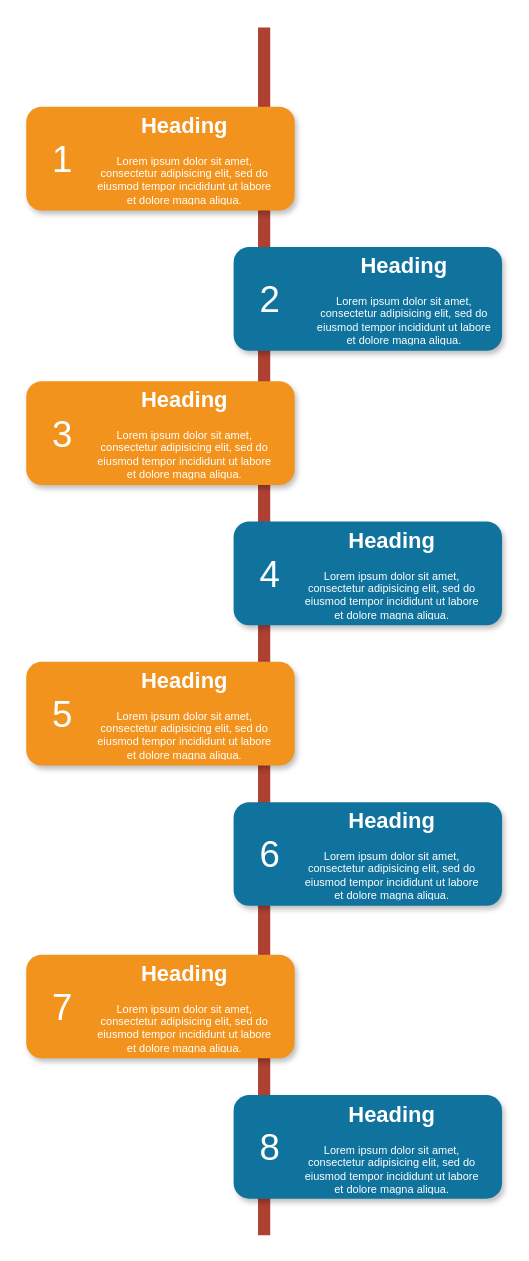
Before: Untitled Diagram.drawio in javayulong/FrontEnd-examples, a draw.io diagram. Source tidied: cells renumbered, new cells numbered last; positions are measured from the earlier drawing's top-left corner, leaving out a move shared by most shapes. Both pictures are drawn from the tidied source at 122%, with x=0, y=0 at pixel (26, 27).
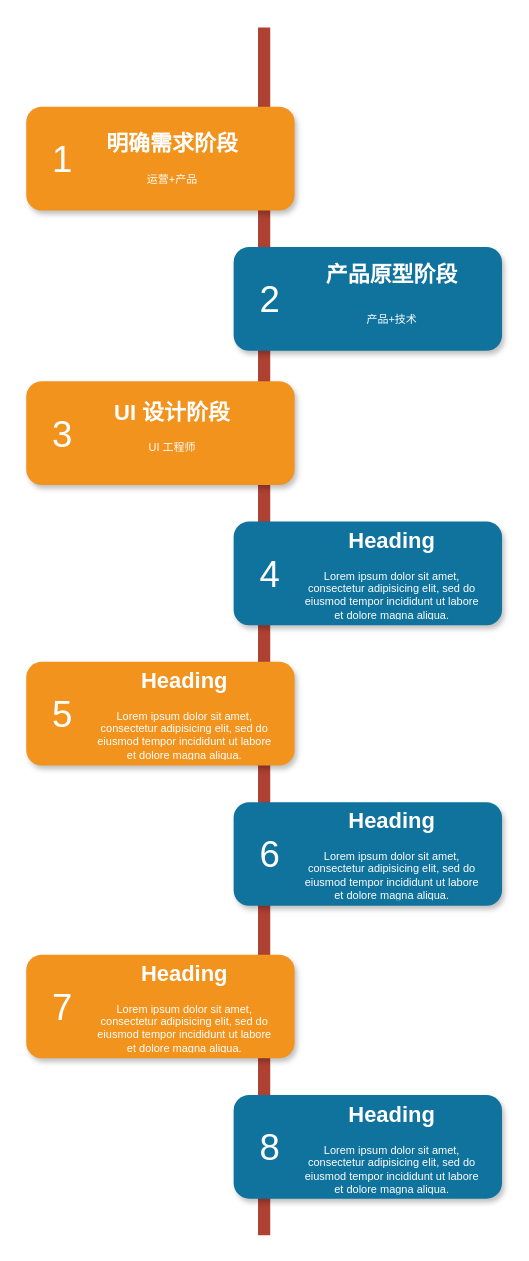
Above is the later version.

The edit, as a diff of the source:
```diff
@@
-    <mxCell id="19" value="&lt;h1&gt;Heading&lt;/h1&gt;&lt;p&gt;Lorem ipsum dolor sit amet, consectetur adipisicing elit, sed do eiusmod tempor incididunt ut labore et dolore magna aliqua.&lt;/p&gt;" style="text;html=1;spacing=5;spacingTop=-20;whiteSpace=wrap;overflow=hidden;strokeColor=none;strokeWidth=4;fillColor=none;gradientColor=#007FFF;fontSize=9;fontColor=#FFFFFF;align=center;" parent="1" vertex="1">
-      <mxGeometry x="50" y="69" width="160" height="77" as="geometry" />
+    <mxCell id="19" value="&lt;h1&gt;明确需求阶段&lt;/h1&gt;&lt;div&gt;运营+产品&lt;/div&gt;" style="text;html=1;spacing=5;spacingTop=-20;whiteSpace=wrap;overflow=hidden;strokeColor=none;strokeWidth=4;fillColor=none;gradientColor=#007FFF;fontSize=9;fontColor=#FFFFFF;align=center;" parent="1" vertex="1">
+      <mxGeometry x="40" y="84" width="160" height="66" as="geometry" />
     </mxCell>
-    <mxCell id="20" value="&lt;h1&gt;Heading&lt;/h1&gt;&lt;p&gt;Lorem ipsum dolor sit amet, consectetur adipisicing elit, sed do eiusmod tempor incididunt ut labore et dolore magna aliqua.&lt;/p&gt;" style="text;html=1;spacing=5;spacingTop=-20;whiteSpace=wrap;overflow=hidden;strokeColor=none;strokeWidth=4;fillColor=none;gradientColor=#007FFF;fontSize=9;fontColor=#FFFFFF;align=center;" parent="1" vertex="1">
-      <mxGeometry x="230" y="184" width="160" height="77" as="geometry" />
+    <mxCell id="20" value="&lt;h1&gt;产品原型阶段&lt;/h1&gt;&lt;h1&gt;&lt;span style=&quot;font-size: 9px ; font-weight: normal&quot;&gt;产品+技术&lt;/span&gt;&lt;br&gt;&lt;/h1&gt;" style="text;html=1;spacing=5;spacingTop=-20;whiteSpace=wrap;overflow=hidden;strokeColor=none;strokeWidth=4;fillColor=none;gradientColor=#007FFF;fontSize=9;fontColor=#FFFFFF;align=center;" parent="1" vertex="1">
+      <mxGeometry x="220" y="191" width="160" height="64" as="geometry" />
     </mxCell>
-    <mxCell id="21" value="&lt;h1&gt;Heading&lt;/h1&gt;&lt;p&gt;Lorem ipsum dolor sit amet, consectetur adipisicing elit, sed do eiusmod tempor incididunt ut labore et dolore magna aliqua.&lt;/p&gt;" style="text;html=1;spacing=5;spacingTop=-20;whiteSpace=wrap;overflow=hidden;strokeColor=none;strokeWidth=4;fillColor=none;gradientColor=#007FFF;fontSize=9;fontColor=#FFFFFF;align=center;" parent="1" vertex="1">
-      <mxGeometry x="50" y="294" width="160" height="77" as="geometry" />
+    <mxCell id="21" value="&lt;h1&gt;UI 设计阶段&lt;/h1&gt;&lt;p&gt;UI 工程师&lt;/p&gt;" style="text;html=1;spacing=5;spacingTop=-20;whiteSpace=wrap;overflow=hidden;strokeColor=none;strokeWidth=4;fillColor=none;gradientColor=#007FFF;fontSize=9;fontColor=#FFFFFF;align=center;" parent="1" vertex="1">
+      <mxGeometry x="45" y="304" width="150" height="61" as="geometry" />
     </mxCell>
```
